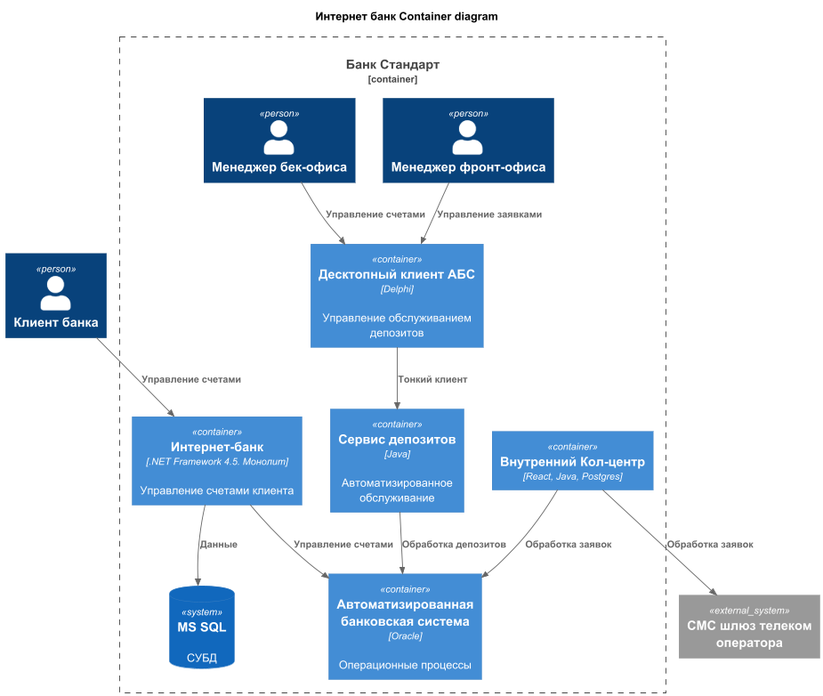
The PlantUML diagram Task3/Container-__Container_diagram.png in AntonVolkov71/architecture-pro-standart, before a commit. Source of this version:
```plantuml
@startuml
title Интернет банк Container diagram

!include ./lib/C4_Container.puml


Person(Client, "Клиент банка" )
System_Ext(SmsGateway, "СМС шлюз телеком оператора")

Container_Boundary(BankStandard, "Банк Стандарт"){
    Person(FrontManger, "Менеджер фронт-офиса" )
    Person(BackManger, "Менеджер бек-офиса" )
    Container(CallCentre, "Внутренний Кол-центр", "React, Java, Postgres")

    Container(InternetBank, "Интернет-банк", ".NET Framework 4.5. Монолит", "Управление счетами клиента")
    SystemDb(DBMS_IB, "MS SQL", "СУБД")

    Container(ABS_Client, "Десктопный клиент АБС", "Delphi", "Управление обслуживанием депозитов")
    Container(DepositService, "Сервис депозитов", "Java", "Автоматизированное обслуживание")

    Container(ABS, "Автоматизированная банковская система", "Oracle", "Операционные процессы")
}

Rel(Client, InternetBank, "Управление счетами")
Rel(InternetBank, ABS, "Управление счетами")
Rel(InternetBank, DBMS_IB, "Данные")

Rel(FrontManger, ABS_Client, "Управление заявками")
Rel(BackManger, ABS_Client, "Управление счетами")

Rel(ABS_Client, DepositService, "Тонкий клиент")
Rel(DepositService, ABS, "Обработка депозитов")
Rel(CallCentre, ABS, "Обработка заявок")

Rel(CallCentre, SmsGateway, "Обработка заявок")


@enduml
```
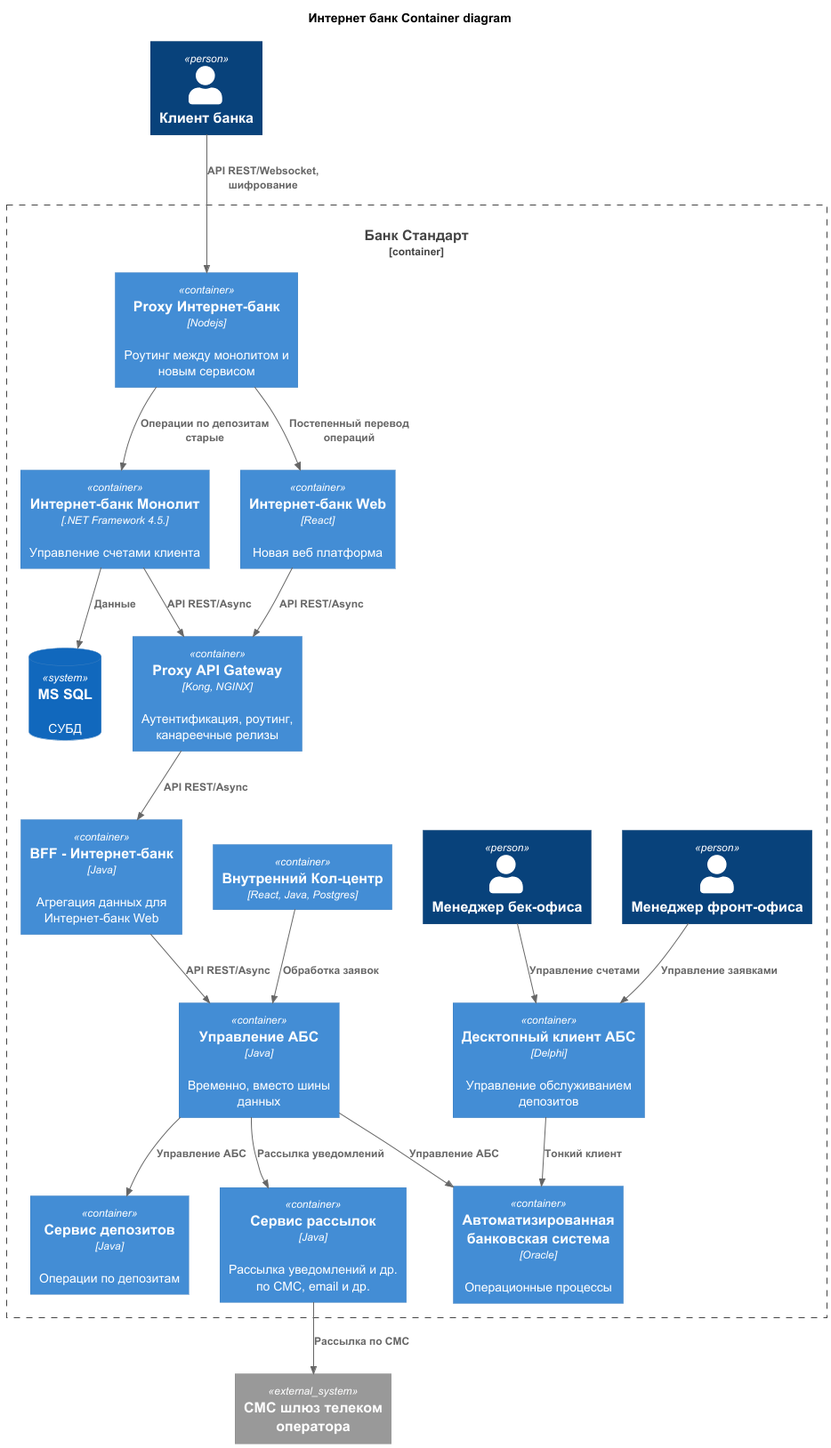
After the change.

Change to the diagram source:
```diff
@@ -2,7 +2,6 @@
 title Интернет банк Container diagram
 
 !include ./lib/C4_Container.puml
-
 
 Person(Client, "Клиент банка" )
 System_Ext(SmsGateway, "СМС шлюз телеком оператора")
@@ -12,27 +11,44 @@
     Person(BackManger, "Менеджер бек-офиса" )
     Container(CallCentre, "Внутренний Кол-центр", "React, Java, Postgres")
 
-    Container(InternetBank, "Интернет-банк", ".NET Framework 4.5. Монолит", "Управление счетами клиента")
+    Container(ProxyIB, "Proxy Интернет-банк", "Nodejs",  "Роутинг между монолитом и новым сервисом")
+
+    Container(InternetBank, "Интернет-банк Монолит", ".NET Framework 4.5.", "Управление счетами клиента")
+    Container(InternetBankWeb, "Интернет-банк Web", "React", "Новая веб платформа")
     SystemDb(DBMS_IB, "MS SQL", "СУБД")
 
+    Container(ProxyService, "Proxy API Gateway", "Kong, NGINX",  "Аутентификация, роутинг, канареечные релизы")
+    Container(BFF_IB_WEB, "BFF - Интернет-банк", "Java", "Агрегация данных для Интернет-банк Web")
+
+
+    Container(ManagementService, "Управление АБС", "Java", "Временно, вместо шины данных")
+    Container(DepositService, "Сервис депозитов", "Java", "Операции по депозитам")
+    Container(SendingService, "Сервис рассылок", "Java", "Рассылка уведомлений и др. по СМС, email и др.")
+
     Container(ABS_Client, "Десктопный клиент АБС", "Delphi", "Управление обслуживанием депозитов")
-    Container(DepositService, "Сервис депозитов", "Java", "Автоматизированное обслуживание")
-
     Container(ABS, "Автоматизированная банковская система", "Oracle", "Операционные процессы")
 }
 
-Rel(Client, InternetBank, "Управление счетами")
-Rel(InternetBank, ABS, "Управление счетами")
+Rel(Client, ProxyIB, "API REST/Websocket, шифрование")
+Rel(ProxyIB, InternetBank, "Операции по депозитам старые")
+Rel(ProxyIB, InternetBankWeb, "Постепенный перевод операций")
+
+Rel(InternetBank, ProxyService, "API REST/Async")
 Rel(InternetBank, DBMS_IB, "Данные")
+Rel(InternetBankWeb, ProxyService, "API REST/Async")
+
+Rel(ProxyService, BFF_IB_WEB, "API REST/Async")
+
+Rel(BFF_IB_WEB, ManagementService, "API REST/Async")
+Rel(ManagementService, ABS, "Управление АБС")
+Rel(ManagementService, DepositService, "Управление АБС")
+Rel(ManagementService, SendingService, "Рассылка уведомлений")
+
+Rel(CallCentre, ManagementService, "Обработка заявок")
+Rel(SendingService, SmsGateway, "Рассылка по СМС")
 
 Rel(FrontManger, ABS_Client, "Управление заявками")
 Rel(BackManger, ABS_Client, "Управление счетами")
 
-Rel(ABS_Client, DepositService, "Тонкий клиент")
-Rel(DepositService, ABS, "Обработка депозитов")
-Rel(CallCentre, ABS, "Обработка заявок")
-
-Rel(CallCentre, SmsGateway, "Обработка заявок")
-
-
+Rel(ABS_Client, ABS, "Тонкий клиент")
 @enduml
```
